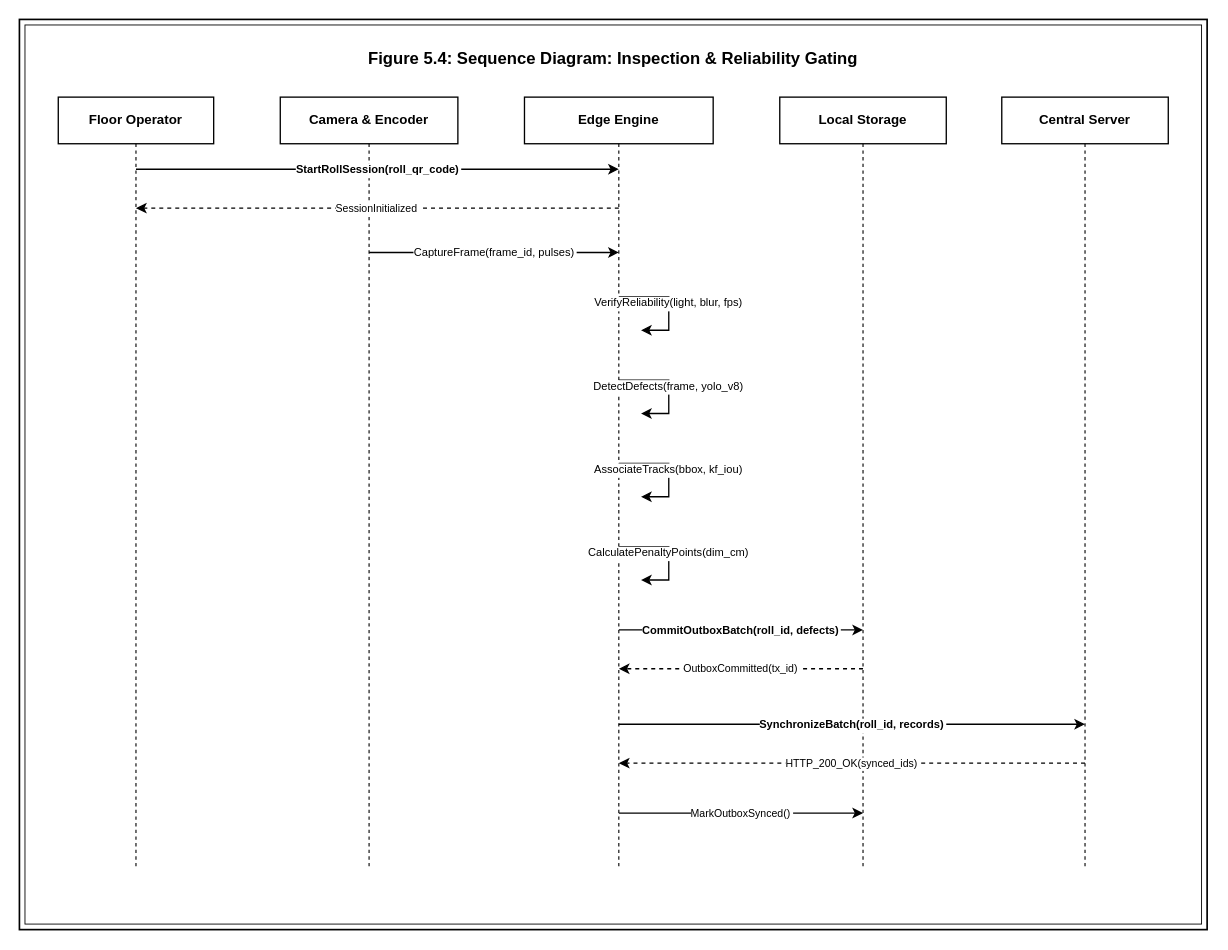
The draw.io diagram diagrams/drawio/12_sequence_inspection.drawio in TheBilalButt/TexEye-AI-FYP, before the edit. Source tidied: cells renumbered, new cells numbered last; positions are measured from the earlier drawing's top-left corner, leaving out a move shared by most shapes. Both pictures are drawn from the tidied source at 111%, with x=0, y=0 at pixel (19, 19).
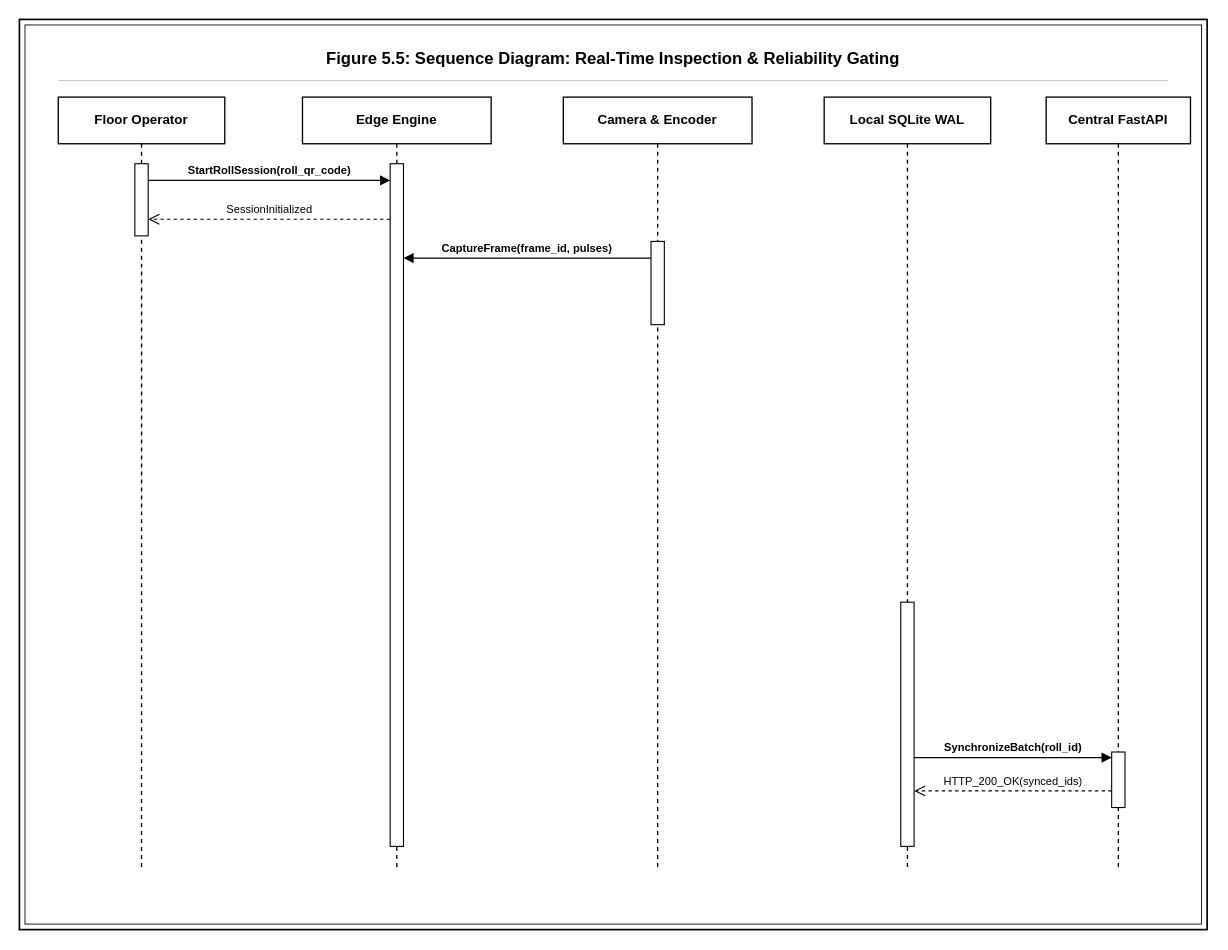
Above is the later version.

Change to the diagram source:
```diff
@@
-<mxGraphModel background="#FFFFFF">
+<mxGraphModel>
@@
-    <mxCell id="4" value="&lt;b&gt;Figure 5.4: Sequence Diagram: Inspection &amp;amp; Reliability Gating&lt;/b&gt;" style="text;html=1;strokeColor=none;fillColor=none;align=center;verticalAlign=middle;whiteSpace=wrap;rounded=0;fontSize=15;fontColor=#000000;" parent="1" vertex="1">
-      <mxGeometry x="235" y="20" width="600" height="30" as="geometry" />
-    </mxCell>
+    <mxCell id="27" value="Figure 5.5: Sequence Diagram: Real-Time Inspection &amp; Reliability Gating" style="text;html=1;strokeColor=none;fillColor=none;align=center;verticalAlign=middle;whiteSpace=wrap;rounded=0;fontSize=15;fontStyle=1;fontColor=#000000;" parent="1" vertex="1">
+      <mxGeometry x="235" y="20" width="600" height="30" as="geometry" />
+    </mxCell>
+    <mxCell id="28" style="line;strokeWidth=1;html=1;strokeColor=#cccccc;" parent="1" vertex="1">
+      <mxGeometry x="35" y="50" width="1000" height="10" as="geometry" />
+    </mxCell>
-    <mxCell id="5" value="&lt;b&gt;Floor Operator&lt;/b&gt;" style="rounded=0;whiteSpace=wrap;html=1;fillColor=#ffffff;strokeColor=#000000;strokeWidth=1.2;fontSize=12;fontColor=#000000;" parent="1" vertex="1">
-      <mxGeometry x="35" y="70" width="140" height="42" as="geometry" />
+    <mxCell id="5" value="Floor Operator" style="shape=umlLifeline;perimeter=lifelinePerimeter;whiteSpace=wrap;html=1;outlineConnect=0;fillColor=#ffffff;strokeColor=#000000;strokeWidth=1.2;fontColor=#000000;fontStyle=1;fontSize=12;size=42;" parent="1" vertex="1">
+      <mxGeometry x="35" y="70" width="150" height="695" as="geometry" />
     </mxCell>
-    <mxCell id="6" style="endArrow=none;dashed=1;html=1;strokeColor=#000000;strokeWidth=1;" parent="1" edge="1" source="5">
-      <mxGeometry relative="1" as="geometry">
-        <mxPoint x="105" y="765" as="targetPoint" />
-      </mxGeometry>
-    </mxCell>
+    <mxCell id="29" style="html=1;perimeter=orthogonalPerimeter;fillColor=#ffffff;strokeColor=#000000;strokeWidth=1;" parent="5" vertex="1">
+      <mxGeometry x="69" y="60" width="12" height="65" as="geometry" />
+    </mxCell>
+    <mxCell id="9" value="Edge Engine" style="shape=umlLifeline;perimeter=lifelinePerimeter;whiteSpace=wrap;html=1;outlineConnect=0;fillColor=#ffffff;strokeColor=#000000;strokeWidth=1.2;fontColor=#000000;fontStyle=1;fontSize=12;size=42;" parent="1" vertex="1">
+      <mxGeometry x="255" y="70" width="170" height="695" as="geometry" />
+    </mxCell>
+    <mxCell id="30" style="html=1;perimeter=orthogonalPerimeter;fillColor=#ffffff;strokeColor=#000000;strokeWidth=1;" parent="9" vertex="1">
+      <mxGeometry x="79" y="60" width="12" height="615" as="geometry" />
+    </mxCell>
-    <mxCell id="7" value="&lt;b&gt;Camera &amp;amp; Encoder&lt;/b&gt;" style="rounded=0;whiteSpace=wrap;html=1;fillColor=#ffffff;strokeColor=#000000;strokeWidth=1.2;fontSize=12;fontColor=#000000;" parent="1" vertex="1">
-      <mxGeometry x="235" y="70" width="160" height="42" as="geometry" />
+    <mxCell id="7" value="Camera &amp; Encoder" style="shape=umlLifeline;perimeter=lifelinePerimeter;whiteSpace=wrap;html=1;outlineConnect=0;fillColor=#ffffff;strokeColor=#000000;strokeWidth=1.2;fontColor=#000000;fontStyle=1;fontSize=12;size=42;" parent="1" vertex="1">
+      <mxGeometry x="490" y="70" width="170" height="695" as="geometry" />
     </mxCell>
-    <mxCell id="8" style="endArrow=none;dashed=1;html=1;strokeColor=#000000;strokeWidth=1;" parent="1" edge="1" source="7">
-      <mxGeometry relative="1" as="geometry">
-        <mxPoint x="315" y="765" as="targetPoint" />
-      </mxGeometry>
-    </mxCell>
-    <mxCell id="9" value="&lt;b&gt;Edge Engine&lt;/b&gt;" style="rounded=0;whiteSpace=wrap;html=1;fillColor=#ffffff;strokeColor=#000000;strokeWidth=1.2;fontSize=12;fontColor=#000000;" parent="1" vertex="1">
-      <mxGeometry x="455" y="70" width="170" height="42" as="geometry" />
-    </mxCell>
-    <mxCell id="10" style="endArrow=none;dashed=1;html=1;strokeColor=#000000;strokeWidth=1;" parent="1" edge="1" source="9">
-      <mxGeometry relative="1" as="geometry">
-        <mxPoint x="540" y="765" as="targetPoint" />
-      </mxGeometry>
-    </mxCell>
-    <mxCell id="11" value="&lt;b&gt;Local Storage&lt;/b&gt;" style="rounded=0;whiteSpace=wrap;html=1;fillColor=#ffffff;strokeColor=#000000;strokeWidth=1.2;fontSize=12;fontColor=#000000;" parent="1" vertex="1">
-      <mxGeometry x="685" y="70" width="150" height="42" as="geometry" />
-    </mxCell>
-    <mxCell id="12" style="endArrow=none;dashed=1;html=1;strokeColor=#000000;strokeWidth=1;" parent="1" edge="1" source="11">
-      <mxGeometry relative="1" as="geometry">
-        <mxPoint x="760" y="765" as="targetPoint" />
-      </mxGeometry>
-    </mxCell>
-    <mxCell id="13" value="&lt;b&gt;Central Server&lt;/b&gt;" style="rounded=0;whiteSpace=wrap;html=1;fillColor=#ffffff;strokeColor=#000000;strokeWidth=1.2;fontSize=12;fontColor=#000000;" parent="1" vertex="1">
-      <mxGeometry x="885" y="70" width="150" height="42" as="geometry" />
-    </mxCell>
-    <mxCell id="14" style="endArrow=none;dashed=1;html=1;strokeColor=#000000;strokeWidth=1;" parent="1" edge="1" source="13">
-      <mxGeometry relative="1" as="geometry">
-        <mxPoint x="960" y="765" as="targetPoint" />
-      </mxGeometry>
-    </mxCell>
+    <mxCell id="31" style="html=1;perimeter=orthogonalPerimeter;fillColor=#ffffff;strokeColor=#000000;strokeWidth=1;" parent="7" vertex="1">
+      <mxGeometry x="79" y="130" width="12" height="75" as="geometry" />
+    </mxCell>
+    <mxCell id="32" value="Local SQLite WAL" style="shape=umlLifeline;perimeter=lifelinePerimeter;whiteSpace=wrap;html=1;fillColor=#ffffff;strokeColor=#000000;strokeWidth=1.2;fontColor=#000000;fontStyle=1;fontSize=12;size=42;" parent="1" vertex="1">
+      <mxGeometry x="725" y="70" width="150" height="695" as="geometry" />
+    </mxCell>
+    <mxCell id="33" style="html=1;perimeter=orthogonalPerimeter;fillColor=#ffffff;strokeColor=#000000;strokeWidth=1;" parent="32" vertex="1">
+      <mxGeometry x="69" y="455" width="12" height="220" as="geometry" />
+    </mxCell>
+    <mxCell id="34" value="Central FastAPI" style="shape=umlLifeline;perimeter=lifelinePerimeter;whiteSpace=wrap;html=1;fillColor=#ffffff;strokeColor=#000000;strokeWidth=1.2;fontColor=#000000;fontStyle=1;fontSize=12;size=42;" parent="1" vertex="1">
+      <mxGeometry x="925" y="70" width="130" height="695" as="geometry" />
+    </mxCell>
+    <mxCell id="35" style="html=1;perimeter=orthogonalPerimeter;fillColor=#ffffff;strokeColor=#000000;strokeWidth=1;" parent="34" vertex="1">
+      <mxGeometry x="59" y="590" width="12" height="50" as="geometry" />
+    </mxCell>
-    <mxCell id="15" value="StartRollSession(roll_qr_code)" style="edgeStyle=orthogonalEdgeStyle;rounded=0;strokeColor=#000000;strokeWidth=1.2;fontSize=10;fontStyle=1;fontColor=#000000;labelBackgroundColor=#ffffff;" parent="1" edge="1">
+    <mxCell id="15" value="StartRollSession(roll_qr_code)" style="html=1;verticalAlign=bottom;endArrow=block;edgeStyle=elbowEdgeStyle;elbow=vertical;curved=0;rounded=0;strokeColor=#000000;strokeWidth=1.2;fontColor=#000000;fontStyle=1;fontSize=10;labelBackgroundColor=#ffffff;" parent="1" edge="1">
       <mxGeometry relative="1" as="geometry">
-        <mxPoint x="105" y="135" as="sourcePoint" />
-        <mxPoint x="540" y="135" as="targetPoint" />
+        <mxPoint x="116" y="145" as="sourcePoint" />
+        <mxPoint x="334" y="145" as="targetPoint" />
       </mxGeometry>
     </mxCell>
-    <mxCell id="16" value="SessionInitialized" style="edgeStyle=orthogonalEdgeStyle;rounded=0;dashed=1;strokeColor=#000000;strokeWidth=1.2;fontSize=9.5;fontColor=#000000;labelBackgroundColor=#ffffff;" parent="1" edge="1">
+    <mxCell id="16" value="SessionInitialized" style="html=1;verticalAlign=bottom;endArrow=open;dashed=1;endSize=8;edgeStyle=elbowEdgeStyle;elbow=vertical;curved=0;rounded=0;strokeColor=#000000;strokeWidth=1;fontColor=#000000;fontSize=10;labelBackgroundColor=#ffffff;" parent="1" edge="1">
       <mxGeometry relative="1" as="geometry">
-        <mxPoint x="540" y="170" as="sourcePoint" />
-        <mxPoint x="105" y="170" as="targetPoint" />
+        <mxPoint x="334" y="180" as="sourcePoint" />
+        <mxPoint x="116" y="180" as="targetPoint" />
       </mxGeometry>
     </mxCell>
-    <mxCell id="17" value="CaptureFrame(frame_id, pulses)" style="edgeStyle=orthogonalEdgeStyle;rounded=0;strokeColor=#000000;strokeWidth=1.2;fontSize=10;fontColor=#000000;labelBackgroundColor=#ffffff;" parent="1" edge="1">
+    <mxCell id="17" value="CaptureFrame(frame_id, pulses)" style="html=1;verticalAlign=bottom;endArrow=block;edgeStyle=elbowEdgeStyle;elbow=vertical;curved=0;rounded=0;strokeColor=#000000;strokeWidth=1.2;fontColor=#000000;fontStyle=1;fontSize=10;labelBackgroundColor=#ffffff;" parent="1" edge="1">
       <mxGeometry relative="1" as="geometry">
-        <mxPoint x="315" y="210" as="sourcePoint" />
-        <mxPoint x="540" y="210" as="targetPoint" />
+        <mxPoint x="569" y="215" as="sourcePoint" />
+        <mxPoint x="346" y="215" as="targetPoint" />
       </mxGeometry>
     </mxCell>
-    <mxCell id="18" value="VerifyReliability(light, blur, fps)" style="edgeStyle=orthogonalEdgeStyle;rounded=0;strokeColor=#000000;strokeWidth=1.2;fontSize=10;fontColor=#000000;labelBackgroundColor=#ffffff;" parent="1" edge="1">
-      <mxGeometry relative="1" as="geometry">
-        <mxPoint x="540" y="250" as="sourcePoint" />
-        <mxPoint x="560" y="280" as="targetPoint" />
-        <Array as="points">
-          <mxPoint x="585" y="250" />
-          <mxPoint x="585" y="280" />
-        </Array>
-      </mxGeometry>
-    </mxCell>
-    <mxCell id="19" value="DetectDefects(frame, yolo_v8)" style="edgeStyle=orthogonalEdgeStyle;rounded=0;strokeColor=#000000;strokeWidth=1.2;fontSize=10;fontColor=#000000;labelBackgroundColor=#ffffff;" parent="1" edge="1">
-      <mxGeometry relative="1" as="geometry">
-        <mxPoint x="540" y="325" as="sourcePoint" />
-        <mxPoint x="560" y="355" as="targetPoint" />
-        <Array as="points">
-          <mxPoint x="585" y="325" />
-          <mxPoint x="585" y="355" />
-        </Array>
-      </mxGeometry>
-    </mxCell>
-    <mxCell id="20" value="AssociateTracks(bbox, kf_iou)" style="edgeStyle=orthogonalEdgeStyle;rounded=0;strokeColor=#000000;strokeWidth=1.2;fontSize=10;fontColor=#000000;labelBackgroundColor=#ffffff;" parent="1" edge="1">
-      <mxGeometry relative="1" as="geometry">
-        <mxPoint x="540" y="400" as="sourcePoint" />
-        <mxPoint x="560" y="430" as="targetPoint" />
-        <Array as="points">
-          <mxPoint x="585" y="400" />
-          <mxPoint x="585" y="430" />
-        </Array>
-      </mxGeometry>
-    </mxCell>
-    <mxCell id="21" value="CalculatePenaltyPoints(dim_cm)" style="edgeStyle=orthogonalEdgeStyle;rounded=0;strokeColor=#000000;strokeWidth=1.2;fontSize=10;fontColor=#000000;labelBackgroundColor=#ffffff;" parent="1" edge="1">
-      <mxGeometry relative="1" as="geometry">
-        <mxPoint x="540" y="475" as="sourcePoint" />
-        <mxPoint x="560" y="505" as="targetPoint" />
-        <Array as="points">
-          <mxPoint x="585" y="475" />
-          <mxPoint x="585" y="505" />
-        </Array>
-      </mxGeometry>
-    </mxCell>
-    <mxCell id="22" value="CommitOutboxBatch(roll_id, defects)" style="edgeStyle=orthogonalEdgeStyle;rounded=0;strokeColor=#000000;strokeWidth=1.2;fontSize=10;fontStyle=1;fontColor=#000000;labelBackgroundColor=#ffffff;" parent="1" edge="1">
-      <mxGeometry relative="1" as="geometry">
-        <mxPoint x="540" y="550" as="sourcePoint" />
-        <mxPoint x="760" y="550" as="targetPoint" />
-      </mxGeometry>
-    </mxCell>
-    <mxCell id="23" value="OutboxCommitted(tx_id)" style="edgeStyle=orthogonalEdgeStyle;rounded=0;dashed=1;strokeColor=#000000;strokeWidth=1.2;fontSize=9.5;fontColor=#000000;labelBackgroundColor=#ffffff;" parent="1" edge="1">
-      <mxGeometry relative="1" as="geometry">
-        <mxPoint x="760" y="585" as="sourcePoint" />
-        <mxPoint x="540" y="585" as="targetPoint" />
-      </mxGeometry>
-    </mxCell>
-    <mxCell id="24" value="SynchronizeBatch(roll_id, records)" style="edgeStyle=orthogonalEdgeStyle;rounded=0;strokeColor=#000000;strokeWidth=1.2;fontSize=10;fontStyle=1;fontColor=#000000;labelBackgroundColor=#ffffff;" parent="1" edge="1">
-      <mxGeometry relative="1" as="geometry">
-        <mxPoint x="540" y="635" as="sourcePoint" />
-        <mxPoint x="960" y="635" as="targetPoint" />
-      </mxGeometry>
-    </mxCell>
+    <mxCell id="36" value="SynchronizeBatch(roll_id)" style="html=1;verticalAlign=bottom;endArrow=block;edgeStyle=elbowEdgeStyle;elbow=vertical;curved=0;rounded=0;strokeColor=#000000;strokeWidth=1.2;fontColor=#000000;fontStyle=1;fontSize=10;labelBackgroundColor=#ffffff;" parent="1" edge="1">
+      <mxGeometry relative="1" as="geometry">
+        <mxPoint x="806" y="665" as="sourcePoint" />
+        <mxPoint x="984" y="665" as="targetPoint" />
+      </mxGeometry>
+    </mxCell>
-    <mxCell id="25" value="HTTP_200_OK(synced_ids)" style="edgeStyle=orthogonalEdgeStyle;rounded=0;dashed=1;strokeColor=#000000;strokeWidth=1.2;fontSize=9.5;fontColor=#000000;labelBackgroundColor=#ffffff;" parent="1" edge="1">
+    <mxCell id="25" value="HTTP_200_OK(synced_ids)" style="html=1;verticalAlign=bottom;endArrow=open;dashed=1;endSize=8;edgeStyle=elbowEdgeStyle;elbow=vertical;curved=0;rounded=0;strokeColor=#000000;strokeWidth=1;fontColor=#000000;fontSize=10;labelBackgroundColor=#ffffff;" parent="1" edge="1">
       <mxGeometry relative="1" as="geometry">
-        <mxPoint x="960" y="670" as="sourcePoint" />
-        <mxPoint x="540" y="670" as="targetPoint" />
+        <mxPoint x="984" y="695" as="sourcePoint" />
+        <mxPoint x="806" y="695" as="targetPoint" />
       </mxGeometry>
     </mxCell>
-    <mxCell id="26" value="MarkOutboxSynced()" style="edgeStyle=orthogonalEdgeStyle;rounded=0;strokeColor=#000000;strokeWidth=1.2;fontSize=9.5;fontColor=#000000;labelBackgroundColor=#ffffff;" parent="1" edge="1">
-      <mxGeometry relative="1" as="geometry">
-        <mxPoint x="540" y="715" as="sourcePoint" />
-        <mxPoint x="760" y="715" as="targetPoint" />
-      </mxGeometry>
-    </mxCell>
```
